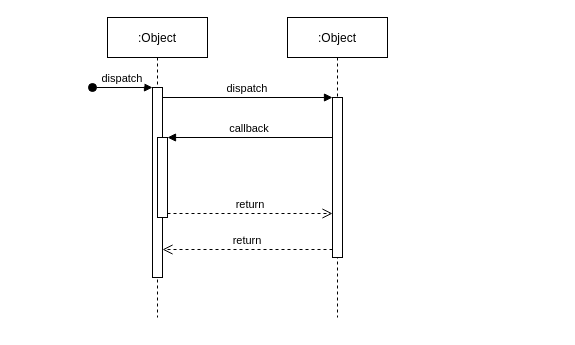
Earlier version of the draw.io diagram Untitled Diagram.drawio (Hengjiu99/UML). Source tidied: cells renumbered, new cells numbered last; positions are measured from the earlier drawing's top-left corner, leaving out a move shared by most shapes. Both pictures are drawn from the tidied source at 100%, with x=0, y=0 at pixel (92, 17).
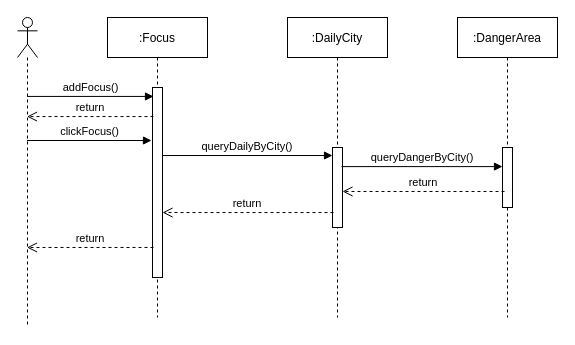
Above is the later version.

Change to the diagram source:
```diff
@@
 <mxGraphModel>
   <root>
     <mxCell id="0" />
     <mxCell id="1" parent="0" />
-    <mxCell id="2" value=":Object" style="shape=umlLifeline;perimeter=lifelinePerimeter;rounded=0;shadow=0;strokeWidth=1;" parent="1" vertex="1">
+    <mxCell id="2" value=":Focus" style="shape=umlLifeline;perimeter=lifelinePerimeter;rounded=0;shadow=0;strokeWidth=1;" parent="1" vertex="1">
       <mxGeometry x="15" width="100" height="300" as="geometry" />
     </mxCell>
     <mxCell id="3" style="points=[];perimeter=orthogonalPerimeter;rounded=0;shadow=0;strokeWidth=1;" parent="2" vertex="1">
       <mxGeometry x="45" y="70" width="10" height="190" as="geometry" />
     </mxCell>
-    <mxCell id="4" value="dispatch" style="verticalAlign=bottom;startArrow=oval;endArrow=block;startSize=8;shadow=0;strokeWidth=1;" parent="2" edge="1" target="3">
-      <mxGeometry relative="1" as="geometry">
-        <mxPoint x="-15" y="70" as="sourcePoint" />
-      </mxGeometry>
-    </mxCell>
-    <mxCell id="5" style="points=[];perimeter=orthogonalPerimeter;rounded=0;shadow=0;strokeWidth=1;" parent="2" vertex="1">
-      <mxGeometry x="50" y="120" width="10" height="80" as="geometry" />
-    </mxCell>
-    <mxCell id="6" value=":Object" style="shape=umlLifeline;perimeter=lifelinePerimeter;rounded=0;shadow=0;strokeWidth=1;" parent="1" vertex="1">
+    <mxCell id="6" value=":DailyCity" style="shape=umlLifeline;perimeter=lifelinePerimeter;rounded=0;shadow=0;strokeWidth=1;" parent="1" vertex="1">
       <mxGeometry x="195" width="100" height="300" as="geometry" />
     </mxCell>
     <mxCell id="7" style="points=[];perimeter=orthogonalPerimeter;rounded=0;shadow=0;strokeWidth=1;" parent="6" vertex="1">
-      <mxGeometry x="45" y="80" width="10" height="160" as="geometry" />
+      <mxGeometry x="45" y="130" width="10" height="80" as="geometry" />
     </mxCell>
-    <mxCell id="8" value="return" style="verticalAlign=bottom;endArrow=open;dashed=1;endSize=8;exitX=0;exitY=0.95;shadow=0;strokeWidth=1;" parent="1" edge="1" source="7" target="3">
+    <mxCell id="8" value="return" style="verticalAlign=bottom;endArrow=open;dashed=1;endSize=8;shadow=0;strokeWidth=1;exitX=0.1;exitY=0.813;exitDx=0;exitDy=0;exitPerimeter=0;" parent="1" edge="1" source="7" target="3">
       <mxGeometry relative="1" as="geometry" />
     </mxCell>
-    <mxCell id="9" value="dispatch" style="verticalAlign=bottom;endArrow=block;entryX=0;entryY=0;shadow=0;strokeWidth=1;" parent="1" edge="1" source="3" target="7">
+    <mxCell id="9" value="queryDailyByCity()" style="verticalAlign=bottom;endArrow=block;shadow=0;strokeWidth=1;exitX=1;exitY=0.358;exitDx=0;exitDy=0;exitPerimeter=0;" parent="1" edge="1" source="3" target="7">
       <mxGeometry relative="1" as="geometry" />
     </mxCell>
-    <mxCell id="10" value="callback" style="verticalAlign=bottom;endArrow=block;entryX=1;entryY=0;shadow=0;strokeWidth=1;" parent="1" edge="1" source="7" target="5">
-      <mxGeometry relative="1" as="geometry" />
-    </mxCell>
-    <mxCell id="11" value="return" style="verticalAlign=bottom;endArrow=open;dashed=1;endSize=8;exitX=1;exitY=0.95;shadow=0;strokeWidth=1;" parent="1" edge="1" source="5" target="7">
-      <mxGeometry relative="1" as="geometry" />
-    </mxCell>
+    <mxCell id="12" style="shape=umlLifeline;participant=umlActor;perimeter=lifelinePerimeter;whiteSpace=wrap;html=1;verticalAlign=top;spacingTop=36;outlineConnect=0;" parent="1" vertex="1">
+      <mxGeometry x="-75" width="20" height="310" as="geometry" />
+    </mxCell>
+    <mxCell id="13" value="addFocus()" style="html=1;verticalAlign=bottom;endArrow=block;rounded=0;entryX=0.1;entryY=0.047;entryDx=0;entryDy=0;entryPerimeter=0;" parent="1" edge="1" source="12" target="3">
+      <mxGeometry relative="1" as="geometry" />
+    </mxCell>
+    <mxCell id="14" value="return" style="verticalAlign=bottom;endArrow=open;dashed=1;endSize=8;exitX=0.1;exitY=0.153;shadow=0;strokeWidth=1;exitDx=0;exitDy=0;exitPerimeter=0;" parent="1" edge="1" source="3" target="12">
+      <mxGeometry relative="1" as="geometry" />
+    </mxCell>
+    <mxCell id="15" value="clickFocus()" style="html=1;verticalAlign=bottom;endArrow=block;rounded=0;entryX=-0.1;entryY=0.279;entryDx=0;entryDy=0;entryPerimeter=0;" parent="1" edge="1" source="12" target="3">
+      <mxGeometry relative="1" as="geometry" />
+    </mxCell>
+    <mxCell id="16" value=":DangerArea" style="shape=umlLifeline;perimeter=lifelinePerimeter;rounded=0;shadow=0;strokeWidth=1;" parent="1" vertex="1">
+      <mxGeometry x="365" width="100" height="300" as="geometry" />
+    </mxCell>
+    <mxCell id="17" style="points=[];perimeter=orthogonalPerimeter;rounded=0;shadow=0;strokeWidth=1;" parent="16" vertex="1">
+      <mxGeometry x="45" y="130" width="10" height="60" as="geometry" />
+    </mxCell>
+    <mxCell id="18" value="queryDangerByCity()" style="verticalAlign=bottom;endArrow=block;shadow=0;strokeWidth=1;exitX=0.54;exitY=0.497;exitDx=0;exitDy=0;exitPerimeter=0;" parent="1" edge="1" source="6" target="17">
+      <mxGeometry relative="1" as="geometry" />
+    </mxCell>
+    <mxCell id="19" value="return" style="verticalAlign=bottom;endArrow=open;dashed=1;endSize=8;shadow=0;strokeWidth=1;exitX=0.2;exitY=0.733;exitDx=0;exitDy=0;exitPerimeter=0;" parent="1" edge="1" source="17" target="7">
+      <mxGeometry relative="1" as="geometry" />
+    </mxCell>
+    <mxCell id="20" value="return" style="verticalAlign=bottom;endArrow=open;dashed=1;endSize=8;shadow=0;strokeWidth=1;exitX=0.1;exitY=0.842;exitDx=0;exitDy=0;exitPerimeter=0;" parent="1" edge="1" source="3" target="12">
+      <mxGeometry relative="1" as="geometry" />
+    </mxCell>
   </root>
 </mxGraphModel>
```
